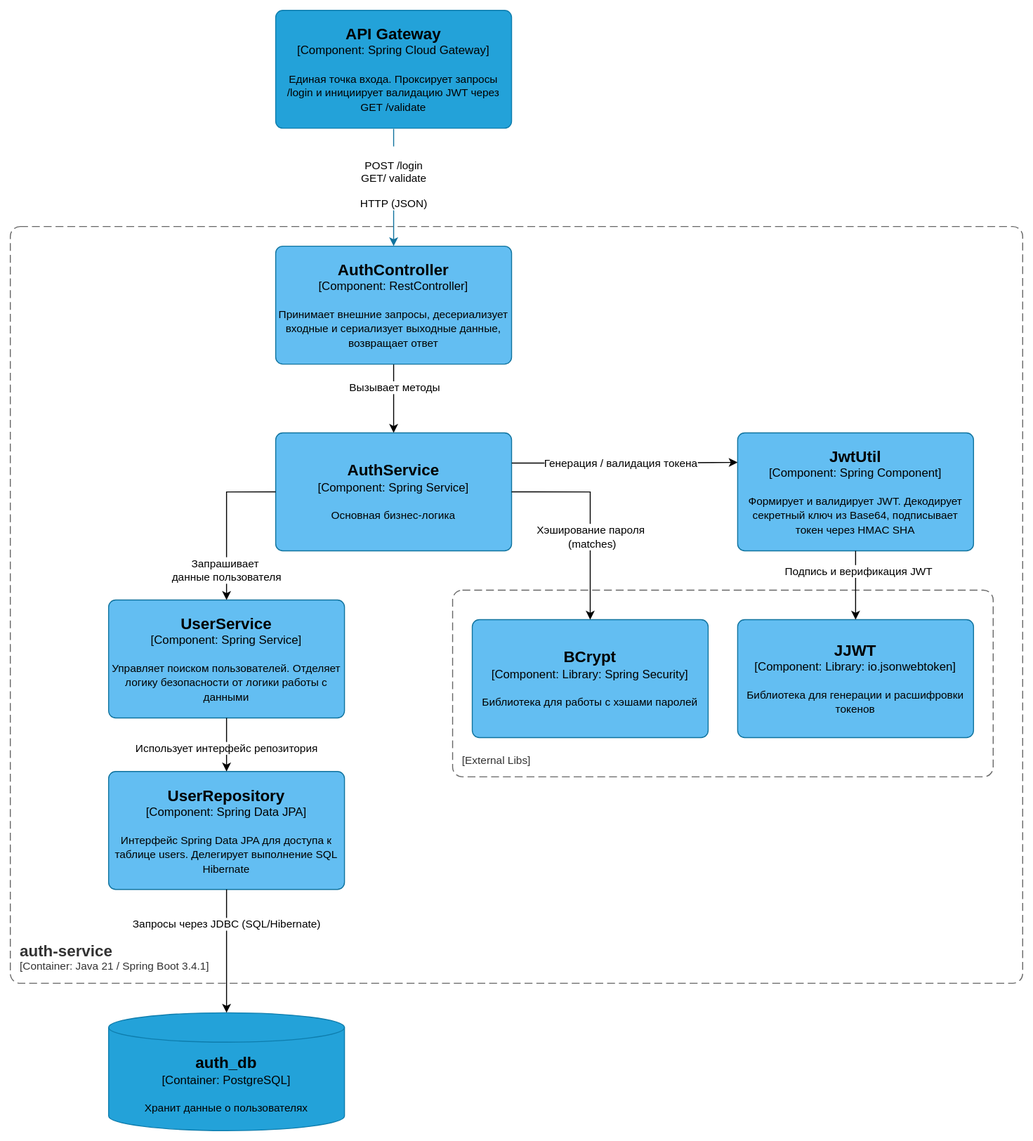
Before: Docs/As-is/Diagrams/AuthServiceC4.svg, a diagram exported from draw.io (ni1a207/Healthcare-System). Source tidied: cells renumbered, new cells last; positions are measured from the earlier drawing's top-left corner, leaving out a move shared by most shapes.
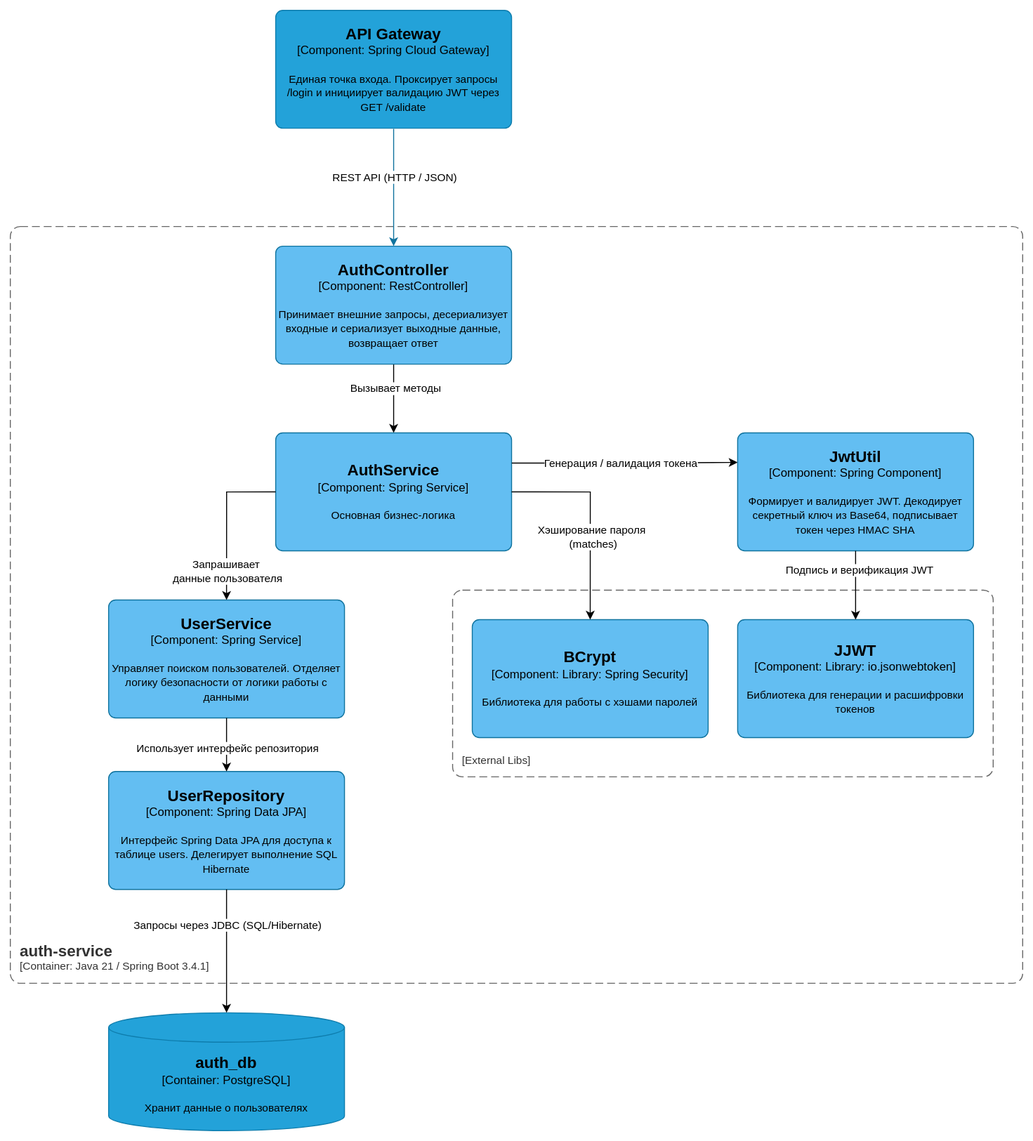
Above is the later version.

The edit, as a diff of the source:
```diff
@@ -10,7 +10,7 @@
     <mxCell id="3" style="edgeStyle=orthogonalEdgeStyle;rounded=0;jettySize=auto;html=1;entryX=0.5;entryY=0;entryDx=0;entryDy=0;entryPerimeter=0;fillColor=#b1ddf0;strokeColor=light-dark(#10739E,#0000FF);exitX=0.5;exitY=1.005;exitDx=0;exitDy=0;exitPerimeter=0;" parent="1" edge="1" source="5" target="8">
       <mxGeometry relative="1" as="geometry" />
     </mxCell>
-    <mxCell id="4" value="&lt;div&gt;&lt;br&gt;&lt;/div&gt;&lt;div&gt;POST /login&lt;/div&gt;&lt;span style=&quot;background-color: light-dark(#ffffff, var(--ge-dark-color, #121212)); color: light-dark(rgb(0, 0, 0), rgb(255, 255, 255));&quot;&gt;GET/ validate&lt;/span&gt;&lt;div&gt;&lt;br&gt;&lt;/div&gt;&lt;div&gt;HTTP (JSON)&lt;br&gt;&lt;/div&gt;" style="edgeLabel;html=1;align=center;verticalAlign=middle;" parent="3" vertex="1">
+    <mxCell id="4" value="&lt;div&gt;&lt;span style=&quot;background-color: light-dark(#ffffff, var(--ge-dark-color, #121212)); color: light-dark(rgb(0, 0, 0), rgb(255, 255, 255));&quot;&gt;REST API (HTTP / JSON)&lt;/span&gt;&lt;/div&gt;" style="edgeLabel;html=1;align=center;verticalAlign=middle;" parent="3" vertex="1">
       <mxGeometry x="0.07" y="2" relative="1" as="geometry">
         <mxPoint x="-2" y="-14" as="offset" />
       </mxGeometry>
```
